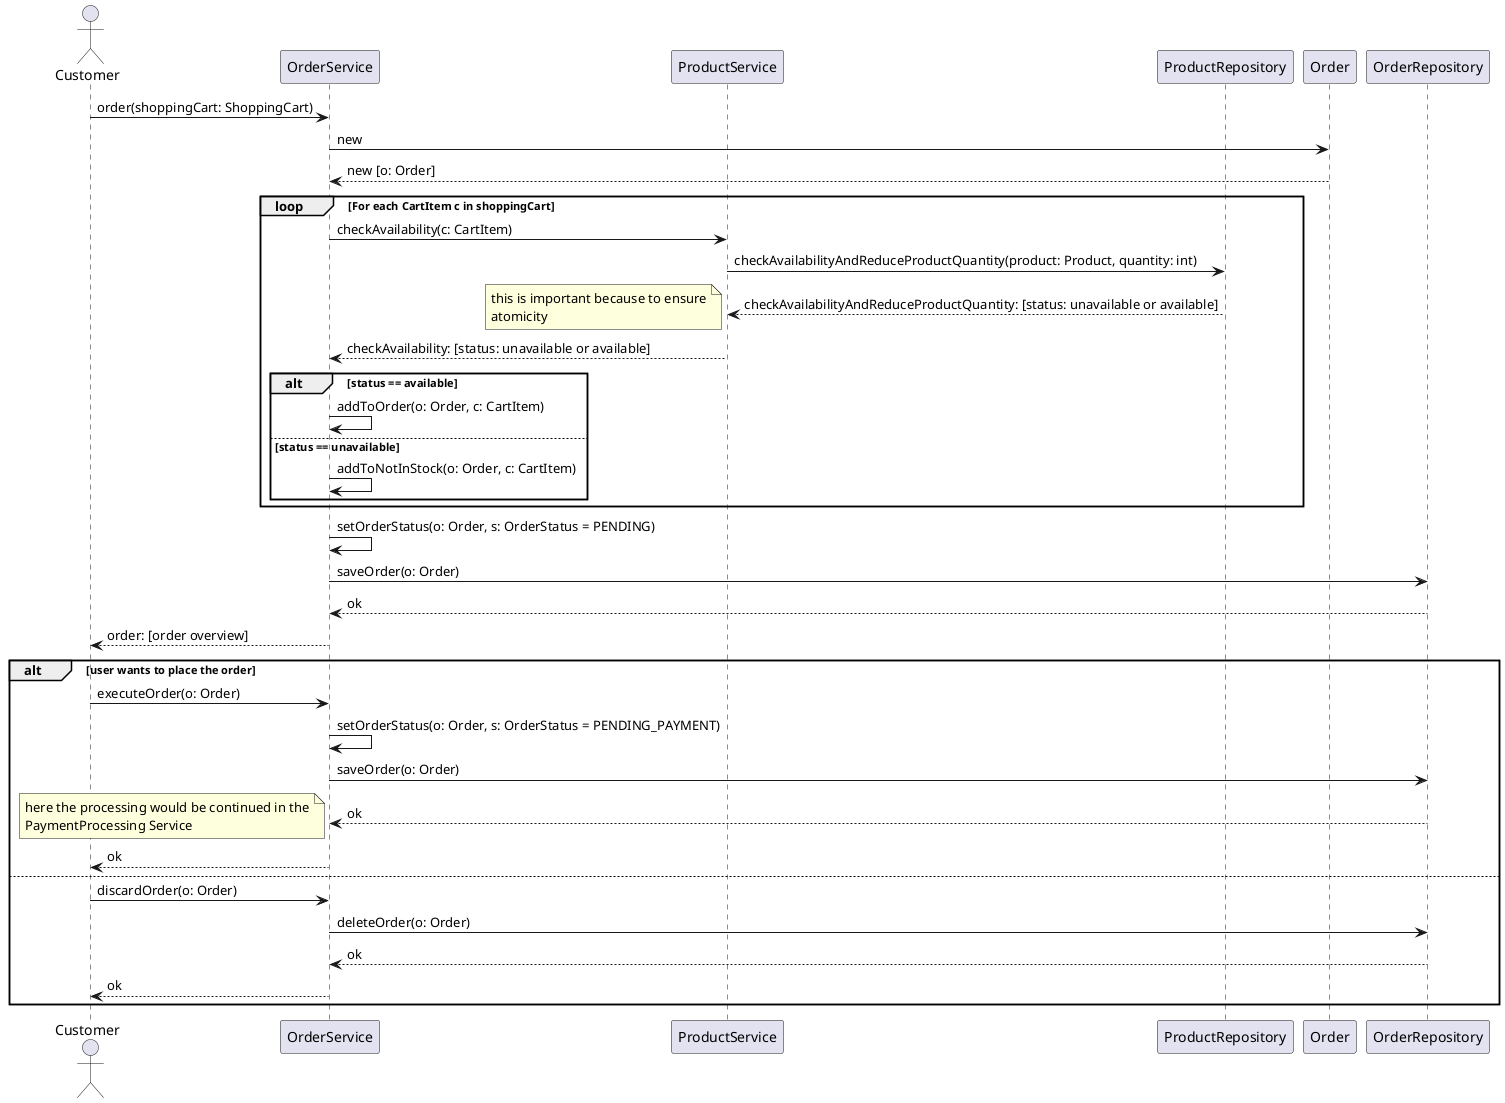
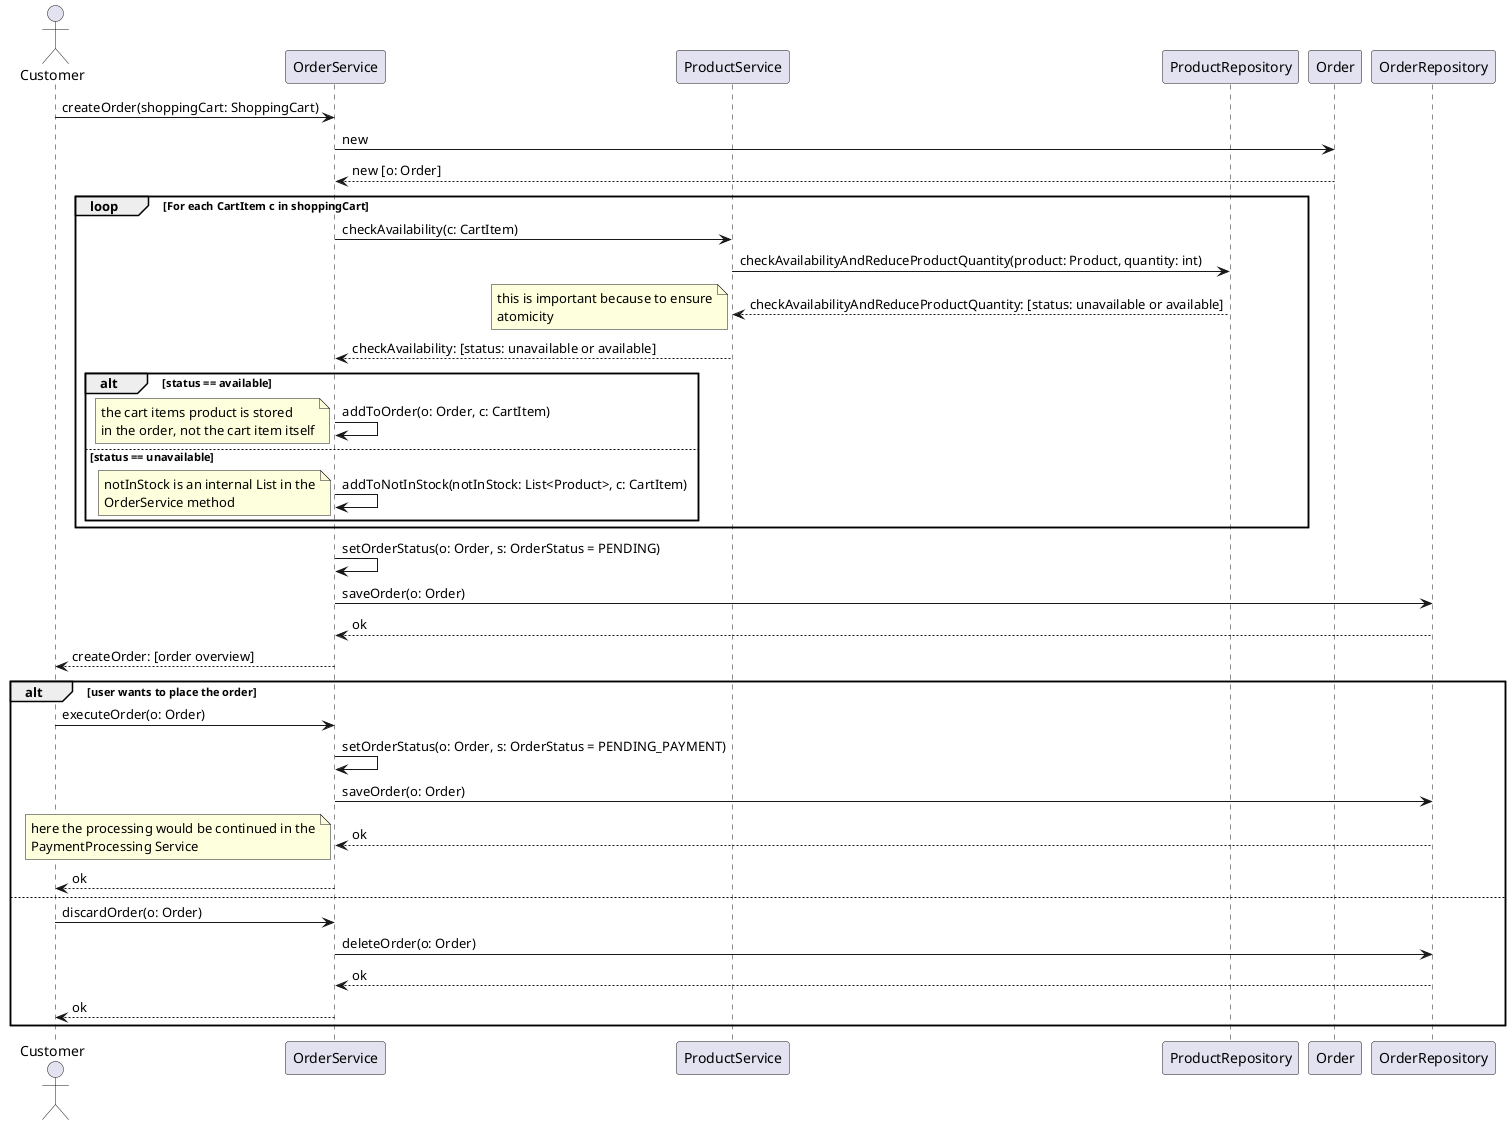
@startuml

actor Customer
participant OrderService
participant ProductService
participant ProductRepository
participant Order
participant OrderRepository

- Customer -> OrderService: order(shoppingCart: ShoppingCart)
+ Customer -> OrderService: createOrder(shoppingCart: ShoppingCart)
OrderService -> Order: new
Order --> OrderService: new [o: Order]
loop For each CartItem c in shoppingCart
    OrderService -> ProductService: checkAvailability(c: CartItem)
    ProductService -> ProductRepository: checkAvailabilityAndReduceProductQuantity(product: Product, quantity: int)
    ProductRepository --> ProductService: checkAvailabilityAndReduceProductQuantity: [status: unavailable or available]
    note left
        this is important because to ensure
        atomicity
    end note
    ProductService --> OrderService: checkAvailability: [status: unavailable or available]
    alt status == available
        OrderService -> OrderService: addToOrder(o: Order, c: CartItem)
+         note left
+             the cart items product is stored
+             in the order, not the cart item itself
+         end note
    else status == unavailable
-         OrderService -> OrderService: addToNotInStock(o: Order, c: CartItem)
+         OrderService -> OrderService: addToNotInStock(notInStock: List<Product>, c: CartItem)
+         note left
+             notInStock is an internal List in the
+             OrderService method
+         end note
    end
end

OrderService -> OrderService: setOrderStatus(o: Order, s: OrderStatus = PENDING)

OrderService -> OrderRepository: saveOrder(o: Order)
OrderRepository --> OrderService: ok

- OrderService --> Customer: order: [order overview]
+ OrderService --> Customer: createOrder: [order overview]

alt user wants to place the order
    Customer -> OrderService: executeOrder(o: Order)
    OrderService -> OrderService: setOrderStatus(o: Order, s: OrderStatus = PENDING_PAYMENT)
    OrderService -> OrderRepository: saveOrder(o: Order)
    OrderRepository --> OrderService: ok

    note left
        here the processing would be continued in the
        PaymentProcessing Service
    end note

    OrderService --> Customer: ok
else
    Customer -> OrderService: discardOrder(o: Order)
    OrderService -> OrderRepository: deleteOrder(o: Order)
    OrderRepository --> OrderService: ok

    OrderService --> Customer: ok
end

@enduml
